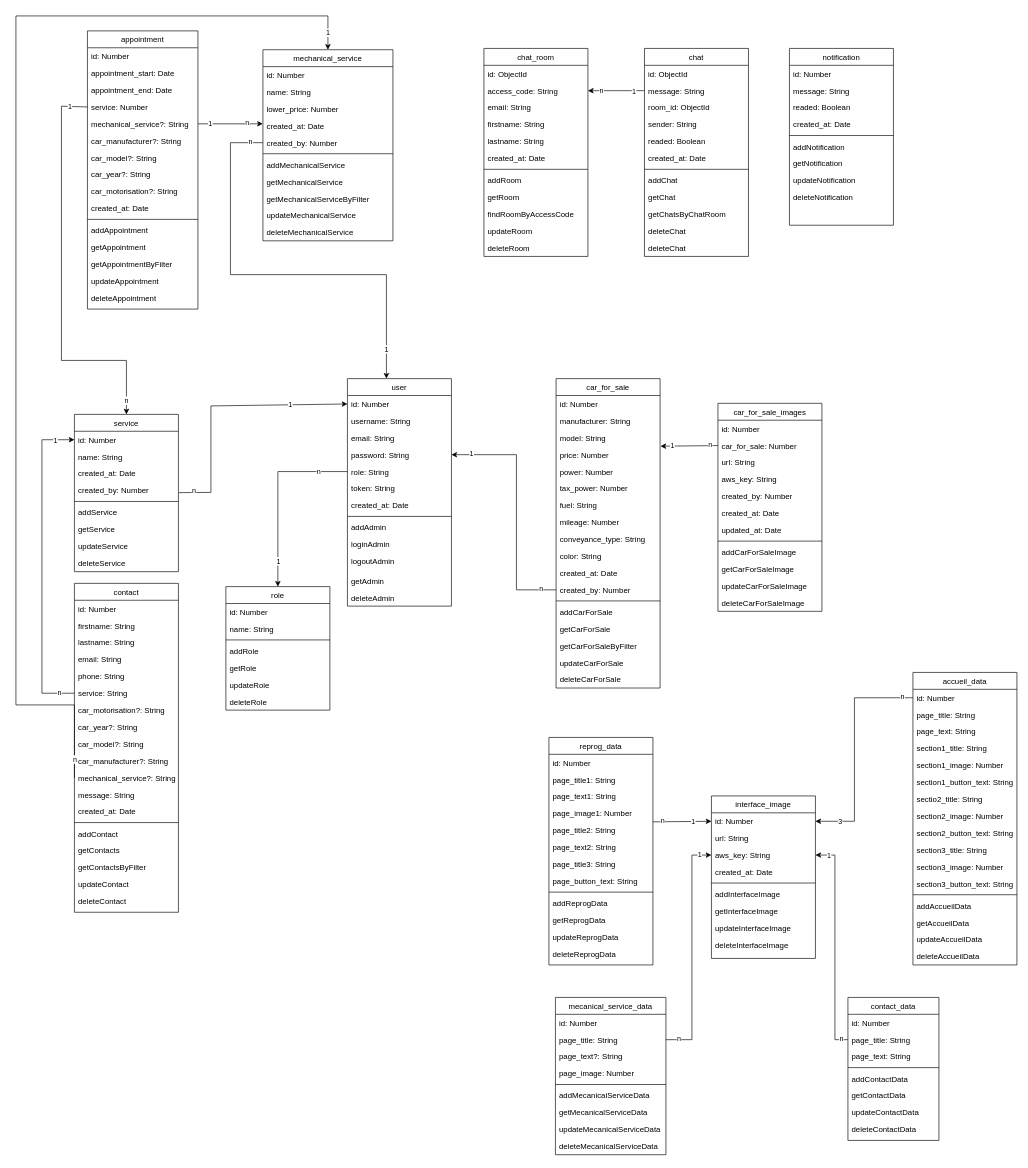
Earlier version of the draw.io diagram documentation/hephaistos-MCD.drawio (nsevendev/hephaistos). Source tidied: cells renumbered, new cells numbered last; positions are measured from the earlier drawing's top-left corner, leaving out a move shared by most shapes. Both pictures are drawn from the tidied source at 65%, with x=0, y=0 at pixel (16, 16).
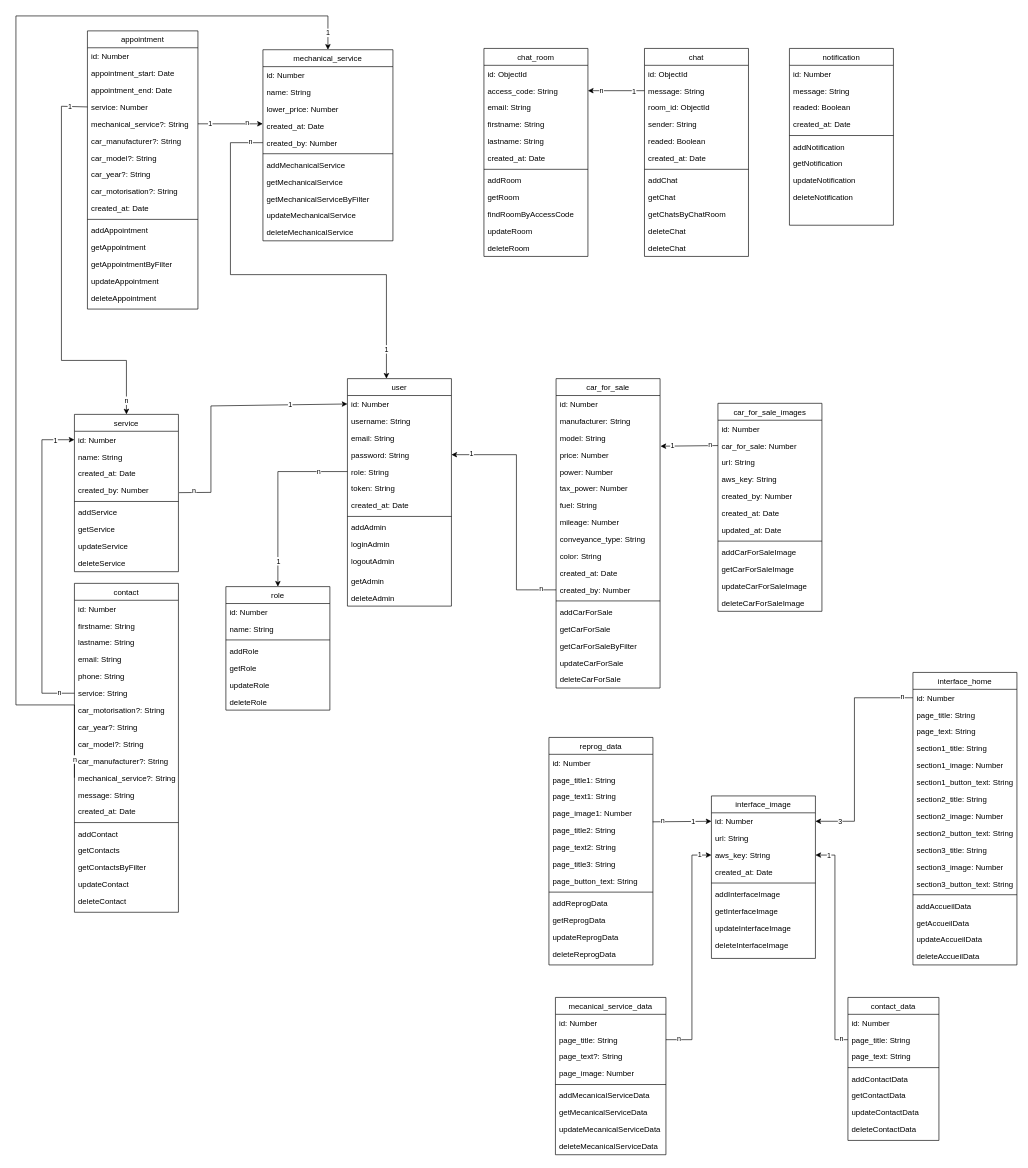
Above is the later version.

Commit message:
Mettre à jour hephaistos-MCD.drawio

The edit, as a diff of the source:
```diff
@@
-    <mxCell id="191" value="accueil_data" style="swimlane;fontStyle=0;align=center;verticalAlign=top;horizontal=1;startSize=26;rounded=0;shadow=0;strokeWidth=1;" parent="1" vertex="1">
+    <mxCell id="191" value="interface_home" style="swimlane;fontStyle=0;align=center;verticalAlign=top;horizontal=1;startSize=26;rounded=0;shadow=0;strokeWidth=1;" parent="1" vertex="1">
       <mxGeometry x="1380" y="1010" width="160" height="450" as="geometry" />
     </mxCell>
@@
-    <mxCell id="198" value="sectio2_title: String" style="text;align=left;verticalAlign=top;spacingLeft=4;spacingRight=4;overflow=hidden;" parent="191" vertex="1">
+    <mxCell id="198" value="section2_title: String" style="text;align=left;verticalAlign=top;spacingLeft=4;spacingRight=4;overflow=hidden;" parent="191" vertex="1">
       <mxGeometry y="182" width="160" height="26" as="geometry" />
     </mxCell>
```
